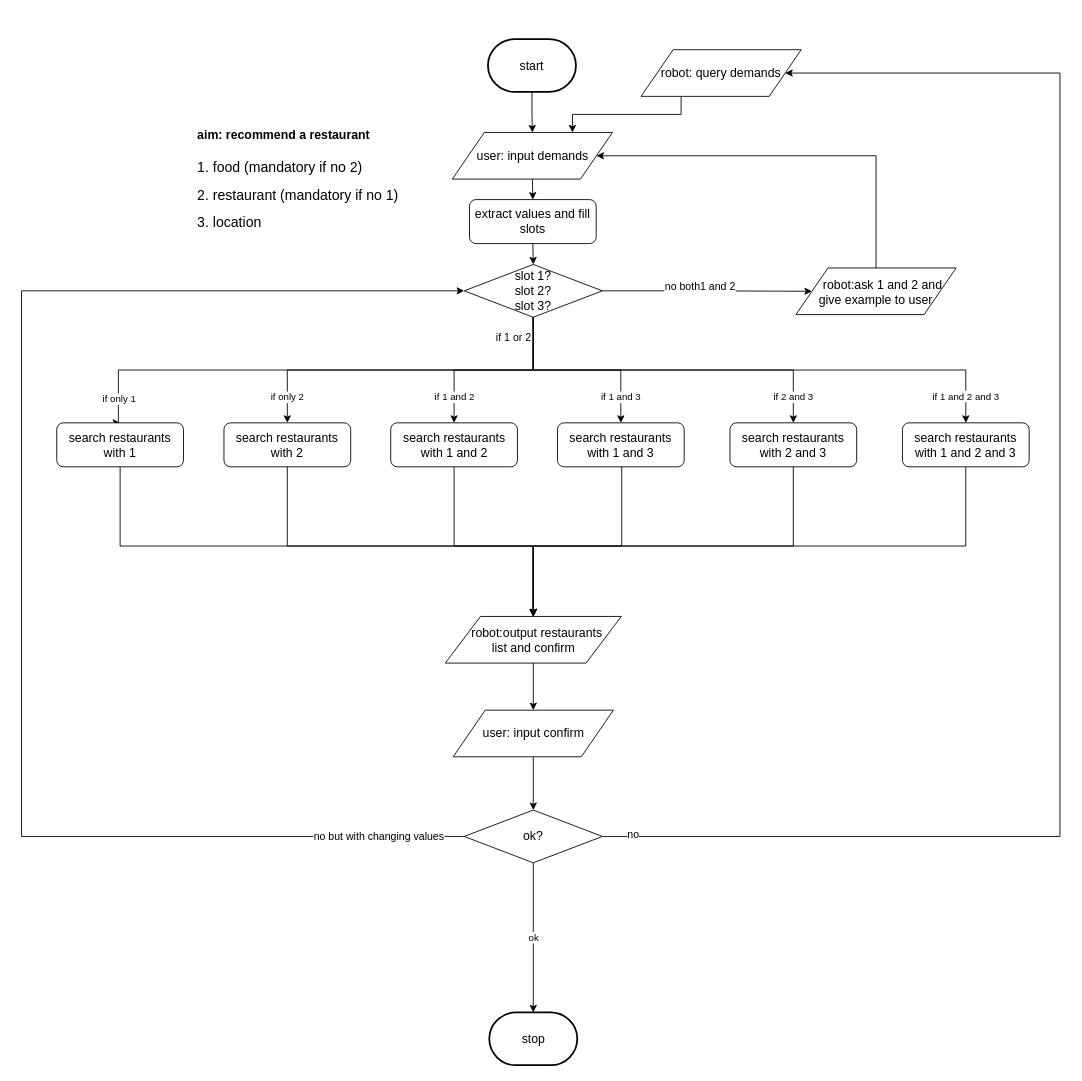
Before: flow_diagram/dinning_consult.drawio in ricosr/travel_consult_chatbot, a draw.io diagram. Source tidied: cells renumbered, new cells numbered last; positions are measured from the earlier drawing's top-left corner, leaving out a move shared by most shapes. Both pictures are drawn from the tidied source at 88%, with x=0, y=0 at pixel (21, 39).
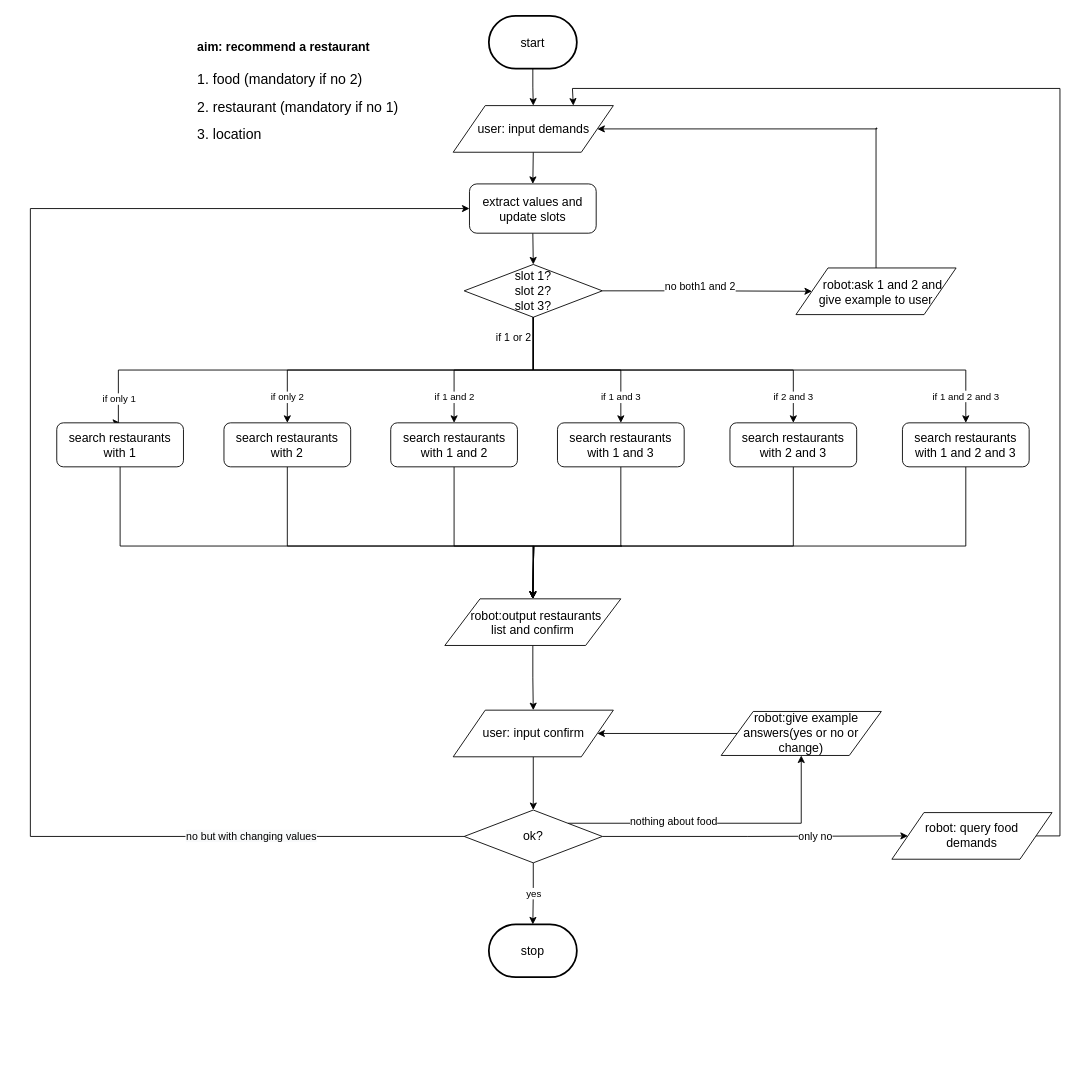
The same page after the edit.

The change refers to these unchanged cells:
```xml
<mxCell id="8" value="&lt;font style=&quot;font-size: 14px&quot;&gt;slot 1?&lt;br&gt;slot 2?&lt;br&gt;slot 3?&lt;br&gt;&lt;/font&gt;" style="rhombus;whiteSpace=wrap;html=1;" parent="1" vertex="1">
  <mxGeometry x="503" y="256" width="157" height="60" as="geometry" />
</mxCell>
<mxCell id="16" value="&lt;span style=&quot;font-size: 14px&quot;&gt;&amp;nbsp; &amp;nbsp; robot:ask 1 and 2 and &lt;br&gt;give example to user&lt;/span&gt;" style="shape=parallelogram;perimeter=parallelogramPerimeter;whiteSpace=wrap;html=1;" parent="1" vertex="1">
  <mxGeometry x="880" y="260" width="182" height="53" as="geometry" />
</mxCell>
<mxCell id="22" value="&lt;span style=&quot;font-size: 14px&quot;&gt;user: input confirm&lt;/span&gt;" style="shape=parallelogram;perimeter=parallelogramPerimeter;whiteSpace=wrap;html=1;" parent="1" vertex="1">
  <mxGeometry x="490.5" y="762.5" width="182" height="53" as="geometry" />
</mxCell>
<mxCell id="28" value="&lt;font style=&quot;font-size: 14px&quot;&gt;ok?&lt;br&gt;&lt;/font&gt;" style="rhombus;whiteSpace=wrap;html=1;" parent="1" vertex="1">
  <mxGeometry x="503" y="876" width="157" height="60" as="geometry" />
</mxCell>
```

Change to the diagram source:
```diff
@@
     <mxCell id="2" value="&lt;h1&gt;&lt;font style=&quot;font-size: 14px&quot;&gt;aim:&amp;nbsp;recommend a restaurant&lt;/font&gt;&lt;/h1&gt;&lt;p&gt;&lt;font size=&quot;3&quot;&gt;1. food (mandatory if no 2)&lt;br&gt;&lt;/font&gt;&lt;/p&gt;&lt;p&gt;&lt;font size=&quot;3&quot;&gt;2. restaurant (mandatory if no 1)&lt;/font&gt;&lt;/p&gt;&lt;p&gt;&lt;font size=&quot;3&quot;&gt;3. location&lt;/font&gt;&lt;br&gt;&lt;/p&gt;" style="text;html=1;strokeColor=none;fillColor=none;spacing=5;spacingTop=-20;whiteSpace=wrap;overflow=hidden;rounded=0;" parent="1" vertex="1">
-      <mxGeometry x="195" y="86" width="250" height="131" as="geometry" />
+      <mxGeometry x="195" y="-14" width="250" height="131" as="geometry" />
     </mxCell>
@@
-    <mxCell id="9" style="edgeStyle=orthogonalEdgeStyle;rounded=0;jettySize=auto;html=1;exitX=0.25;exitY=1;exitDx=0;exitDy=0;entryX=0.75;entryY=0;entryDx=0;entryDy=0;" parent="1" edge="1" source="10" target="14">
-      <mxGeometry relative="1" as="geometry" />
+    <mxCell id="9" style="edgeStyle=orthogonalEdgeStyle;rounded=0;jettySize=auto;html=1;exitX=1;exitY=0.5;exitDx=0;exitDy=0;entryX=0.75;entryY=0;entryDx=0;entryDy=0;" parent="1" edge="1" source="10" target="14">
+      <mxGeometry relative="1" as="geometry">
+        <Array as="points">
+          <mxPoint x="1180" y="906" />
+          <mxPoint x="1180" y="56" />
+          <mxPoint x="626" y="56" />
+        </Array>
+      </mxGeometry>
     </mxCell>
-    <mxCell id="10" value="&lt;font style=&quot;font-size: 14px&quot;&gt;robot:&amp;nbsp;&lt;/font&gt;&lt;span style=&quot;font-size: 14px&quot;&gt;query demands&lt;/span&gt;" style="shape=parallelogram;perimeter=parallelogramPerimeter;whiteSpace=wrap;html=1;" parent="1" vertex="1">
-      <mxGeometry x="704" y="12" width="182" height="53" as="geometry" />
+    <mxCell id="10" value="&lt;font style=&quot;font-size: 14px&quot;&gt;robot:&amp;nbsp;&lt;/font&gt;&lt;span style=&quot;font-size: 14px&quot;&gt;query food &lt;br&gt;demands&lt;/span&gt;" style="shape=parallelogram;perimeter=parallelogramPerimeter;whiteSpace=wrap;html=1;" parent="1" vertex="1">
+      <mxGeometry x="989" y="878.9" width="182" height="53" as="geometry" />
     </mxCell>
@@
     <mxCell id="12" value="&lt;span style=&quot;font-size: 14px&quot;&gt;start&lt;/span&gt;" style="strokeWidth=2;html=1;shape=mxgraph.flowchart.terminator;whiteSpace=wrap;" parent="1" vertex="1">
-      <mxGeometry x="530" width="100" height="60" as="geometry" />
+      <mxGeometry x="531" y="-26.5" width="100" height="60" as="geometry" />
     </mxCell>
-    <mxCell id="13" style="edgeStyle=orthogonalEdgeStyle;rounded=0;jettySize=auto;html=1;exitX=0.5;exitY=1;exitDx=0;exitDy=0;entryX=0.5;entryY=0;entryDx=0;entryDy=0;" parent="1" edge="1" source="14" target="38">
+    <mxCell id="13" style="edgeStyle=orthogonalEdgeStyle;rounded=0;jettySize=auto;html=1;exitX=0.5;exitY=1;exitDx=0;exitDy=0;entryX=0.5;entryY=0;entryDx=0;entryDy=0;" parent="1" edge="1" source="14" target="52">
       <mxGeometry relative="1" as="geometry" />
     </mxCell>
     <mxCell id="14" value="&lt;span style=&quot;font-size: 14px&quot;&gt;user: input demands&lt;/span&gt;" style="shape=parallelogram;perimeter=parallelogramPerimeter;whiteSpace=wrap;html=1;" parent="1" vertex="1">
-      <mxGeometry x="489.5" y="106" width="182" height="53" as="geometry" />
+      <mxGeometry x="490.5" y="75.5" width="182" height="53" as="geometry" />
     </mxCell>
     <mxCell id="15" style="edgeStyle=orthogonalEdgeStyle;rounded=0;jettySize=auto;html=1;exitX=0.5;exitY=0;exitDx=0;exitDy=0;entryX=1;entryY=0.5;entryDx=0;entryDy=0;" parent="1" edge="1" source="16" target="14">
       <mxGeometry relative="1" as="geometry">
         <Array as="points">
-          <mxPoint x="971" y="132" />
+          <mxPoint x="972" y="101" />
         </Array>
       </mxGeometry>
     </mxCell>
@@
     <mxCell id="20" value="&lt;span style=&quot;font-size: 14px ; white-space: normal&quot;&gt;&amp;nbsp; &amp;nbsp;robot:output&amp;nbsp;&lt;/span&gt;&lt;span style=&quot;font-size: 14px&quot;&gt;restaurants&lt;/span&gt;&lt;span style=&quot;font-size: 14px ; white-space: normal&quot;&gt;&amp;nbsp;&lt;/span&gt;&lt;br style=&quot;font-size: 14px ; white-space: normal&quot;&gt;&lt;span style=&quot;font-size: 14px ; white-space: normal&quot;&gt;list and confirm&lt;/span&gt;" style="shape=parallelogram;perimeter=parallelogramPerimeter;whiteSpace=wrap;html=1;" parent="1" vertex="1">
-      <mxGeometry x="481.5" y="656" width="200" height="53" as="geometry" />
+      <mxGeometry x="481" y="636" width="200" height="53" as="geometry" />
     </mxCell>
@@
+    <mxCell id="46" style="edgeStyle=orthogonalEdgeStyle;rounded=0;jettySize=auto;html=1;exitX=1;exitY=0;exitDx=0;exitDy=0;" parent="1" edge="1" source="28" target="51">
+      <mxGeometry relative="1" as="geometry" />
+    </mxCell>
+    <mxCell id="47" value="nothing about food" style="text;html=1;align=center;verticalAlign=middle;labelBackgroundColor=#ffffff;" parent="46" vertex="1">
+      <mxGeometry x="-0.3" relative="1" as="geometry">
+        <mxPoint y="-2" as="offset" />
+      </mxGeometry>
+    </mxCell>
-    <mxCell id="23" value="ok" style="edgeStyle=orthogonalEdgeStyle;rounded=0;jettySize=auto;html=1;" parent="1" edge="1" source="28" target="36">
+    <mxCell id="23" value="yes" style="edgeStyle=orthogonalEdgeStyle;rounded=0;jettySize=auto;html=1;exitX=0.5;exitY=1;exitDx=0;exitDy=0;entryX=0.5;entryY=0;entryDx=0;entryDy=0;entryPerimeter=0;" parent="1" edge="1" source="28" target="36">
       <mxGeometry relative="1" as="geometry" />
     </mxCell>
-    <mxCell id="24" style="edgeStyle=orthogonalEdgeStyle;rounded=0;jettySize=auto;html=1;exitX=0;exitY=0.5;exitDx=0;exitDy=0;entryX=0;entryY=0.5;entryDx=0;entryDy=0;" parent="1" edge="1" source="28" target="8">
-      <mxGeometry relative="1" as="geometry">
-        <Array as="points">
-          <mxPoint y="906" />
-          <mxPoint y="286" />
-        </Array>
-      </mxGeometry>
-    </mxCell>
+    <mxCell id="26" style="edgeStyle=orthogonalEdgeStyle;rounded=0;jettySize=auto;html=1;exitX=1;exitY=0.5;exitDx=0;exitDy=0;entryX=0;entryY=0.5;entryDx=0;entryDy=0;" parent="1" edge="1" source="28" target="10">
+      <mxGeometry relative="1" as="geometry" />
+    </mxCell>
+    <mxCell id="48" value="only no" style="text;html=1;align=center;verticalAlign=middle;labelBackgroundColor=#ffffff;" parent="26" vertex="1">
+      <mxGeometry x="0.39" y="-1" relative="1" as="geometry" />
+    </mxCell>
+    <mxCell id="49" style="edgeStyle=orthogonalEdgeStyle;rounded=0;jettySize=auto;html=1;exitX=0;exitY=0.5;exitDx=0;exitDy=0;entryX=0;entryY=0.5;entryDx=0;entryDy=0;" parent="1" edge="1" source="28" target="52">
+      <mxGeometry relative="1" as="geometry">
+        <Array as="points">
+          <mxPoint x="10" y="906" />
+          <mxPoint x="10" y="193" />
+        </Array>
+      </mxGeometry>
+    </mxCell>
-    <mxCell id="25" value="no but with changing values" style="text;html=1;align=center;verticalAlign=middle;labelBackgroundColor=#ffffff;" parent="24" vertex="1">
-      <mxGeometry x="-0.88" y="-1" relative="1" as="geometry" />
+    <mxCell id="25" value="&lt;span style=&quot;text-align: left ; background-color: rgb(248 , 249 , 250)&quot;&gt;no but with changing values&lt;/span&gt;" style="text;html=1;align=center;verticalAlign=middle;labelBackgroundColor=#ffffff;" parent="49" vertex="1">
+      <mxGeometry x="-0.08" relative="1" as="geometry">
+        <mxPoint x="250.5" y="291.5" as="offset" />
+      </mxGeometry>
     </mxCell>
-    <mxCell id="26" style="edgeStyle=orthogonalEdgeStyle;rounded=0;jettySize=auto;html=1;exitX=1;exitY=0.5;exitDx=0;exitDy=0;entryX=1;entryY=0.5;entryDx=0;entryDy=0;" parent="1" edge="1" source="28" target="10">
-      <mxGeometry relative="1" as="geometry">
-        <Array as="points">
-          <mxPoint x="1180" y="906" />
-          <mxPoint x="1180" y="38" />
-        </Array>
-      </mxGeometry>
-    </mxCell>
-    <mxCell id="27" value="no" style="text;html=1;align=center;verticalAlign=middle;labelBackgroundColor=#ffffff;" parent="26" vertex="1">
-      <mxGeometry x="-0.96" y="3" relative="1" as="geometry" />
-    </mxCell>
@@
     <mxCell id="36" value="&lt;font style=&quot;font-size: 14px&quot;&gt;stop&lt;/font&gt;" style="strokeWidth=2;html=1;shape=mxgraph.flowchart.terminator;whiteSpace=wrap;" parent="1" vertex="1">
-      <mxGeometry x="531.5" y="1106" width="100" height="60" as="geometry" />
+      <mxGeometry x="531" y="1006" width="100" height="60" as="geometry" />
     </mxCell>
-    <mxCell id="37" style="edgeStyle=orthogonalEdgeStyle;rounded=0;jettySize=auto;html=1;exitX=0.5;exitY=1;exitDx=0;exitDy=0;entryX=0.5;entryY=0;entryDx=0;entryDy=0;" parent="1" edge="1" source="38" target="8">
+    <mxCell id="37" style="edgeStyle=orthogonalEdgeStyle;rounded=0;jettySize=auto;html=1;exitX=0.5;exitY=1;exitDx=0;exitDy=0;entryX=0.5;entryY=0;entryDx=0;entryDy=0;" parent="1" edge="1" source="52" target="8">
       <mxGeometry relative="1" as="geometry" />
     </mxCell>
-    <mxCell id="38" value="&lt;font style=&quot;font-size: 14px&quot;&gt;extract values and fill slots&lt;/font&gt;" style="rounded=1;whiteSpace=wrap;html=1;" parent="1" vertex="1">
-      <mxGeometry x="509" y="182.3" width="144" height="50" as="geometry" />
-    </mxCell>
@@
+    <mxCell id="50" style="edgeStyle=orthogonalEdgeStyle;rounded=0;jettySize=auto;html=1;entryX=1;entryY=0.5;entryDx=0;entryDy=0;" parent="1" edge="1" source="51" target="22">
+      <mxGeometry relative="1" as="geometry" />
+    </mxCell>
+    <mxCell id="51" value="&lt;span style=&quot;font-size: 14px&quot;&gt;&amp;nbsp; &amp;nbsp;robot:give example answers(yes or no or change)&lt;/span&gt;" style="shape=parallelogram;perimeter=parallelogramPerimeter;whiteSpace=wrap;html=1;" parent="1" vertex="1">
+      <mxGeometry x="795" y="764" width="182" height="50" as="geometry" />
+    </mxCell>
+    <mxCell id="52" value="&lt;font style=&quot;font-size: 14px&quot;&gt;extract values and update slots&lt;/font&gt;" style="rounded=1;whiteSpace=wrap;html=1;" parent="1" vertex="1">
+      <mxGeometry x="509" y="164.5" width="144" height="56" as="geometry" />
+    </mxCell>
```
